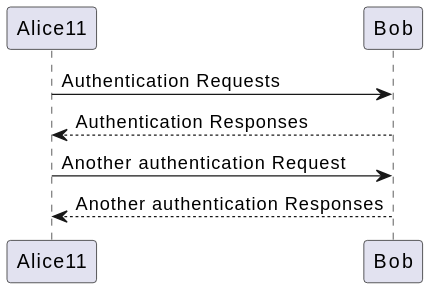
VamshiAnumolu/plant-uml-action keeps this PlantUML diagram as docs/diagrams1/new.svg. Above is the earlier version.
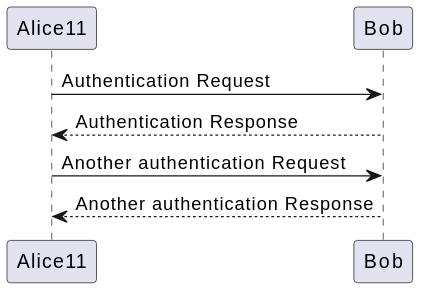
Later version of the same file.

Commit message:
Adding Generated PlantUML Diagrams

The edit, as a diff of the source:
```diff
@@ -1,7 +1,7 @@
 @startuml
-Alice11 -> Bob: Authentication Requests
-Bob --> Alice11: Authentication Responses
+Alice11 -> Bob: Authentication Request
+Bob --> Alice11: Authentication Response
 
 Alice11 -> Bob: Another authentication Request
-Alice11 <-- Bob: Another authentication Responses
+Alice11 <-- Bob: Another authentication Response
 @enduml
```
